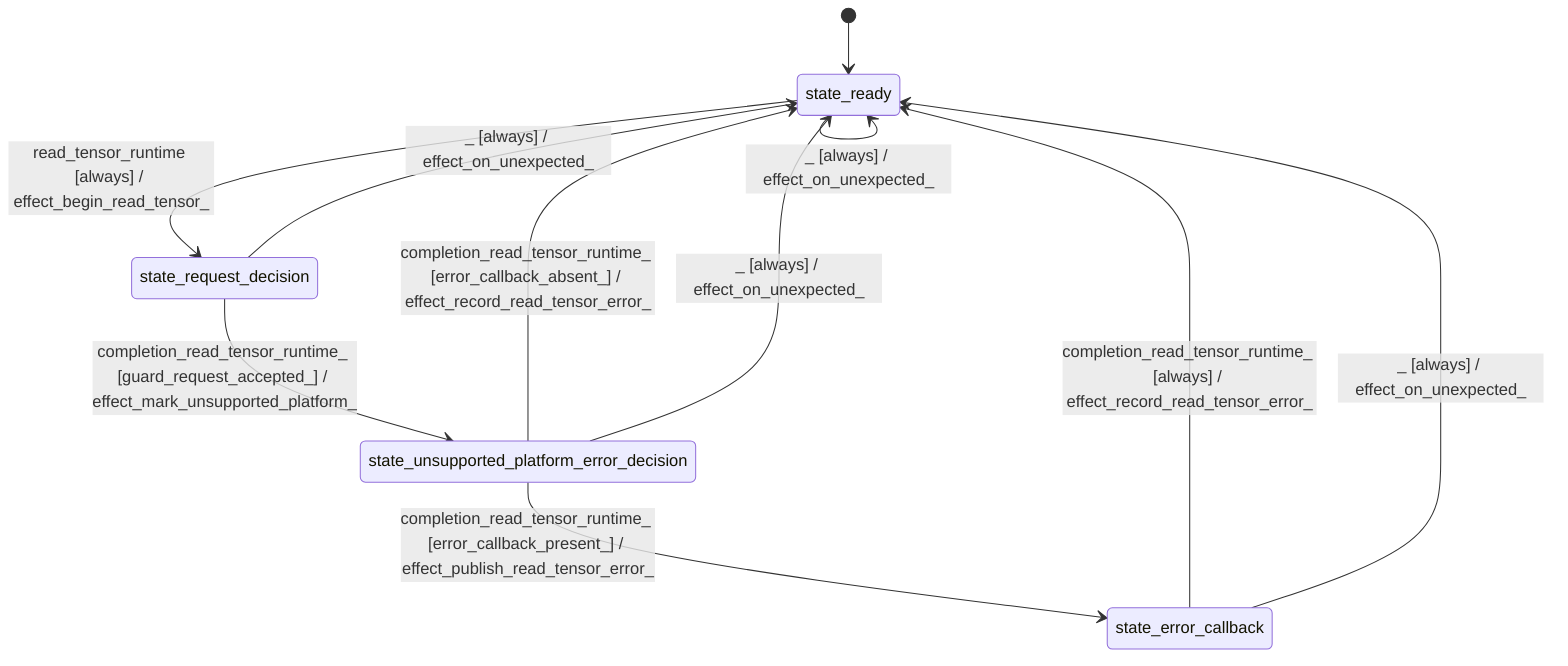
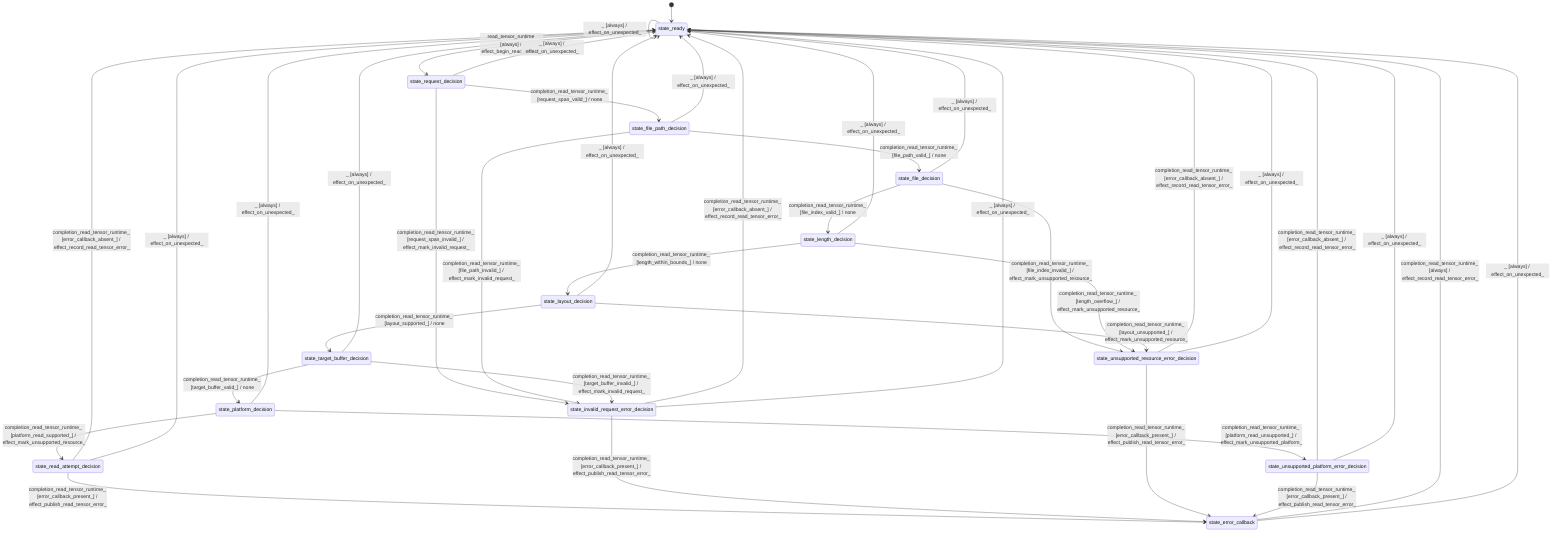
stateDiagram-v2
  direction TB
  [*] --> state_ready
  state_ready --> state_request_decision : read_tensor_runtime [always] / effect_begin_read_tensor_
-   state_request_decision --> state_unsupported_platform_error_decision : completion_read_tensor_runtime_ [guard_request_accepted_] / effect_mark_unsupported_platform_
+   state_request_decision --> state_file_path_decision : completion_read_tensor_runtime_ [request_span_valid_] / none
+   state_request_decision --> state_invalid_request_error_decision : completion_read_tensor_runtime_ [request_span_invalid_] / effect_mark_invalid_request_
+   state_file_path_decision --> state_file_decision : completion_read_tensor_runtime_ [file_path_valid_] / none
+   state_file_path_decision --> state_invalid_request_error_decision : completion_read_tensor_runtime_ [file_path_invalid_] / effect_mark_invalid_request_
+   state_file_decision --> state_length_decision : completion_read_tensor_runtime_ [file_index_valid_] / none
+   state_file_decision --> state_unsupported_resource_error_decision : completion_read_tensor_runtime_ [file_index_invalid_] / effect_mark_unsupported_resource_
+   state_length_decision --> state_layout_decision : completion_read_tensor_runtime_ [length_within_bounds_] / none
+   state_length_decision --> state_unsupported_resource_error_decision : completion_read_tensor_runtime_ [length_overflow_] / effect_mark_unsupported_resource_
+   state_layout_decision --> state_target_buffer_decision : completion_read_tensor_runtime_ [layout_supported_] / none
+   state_layout_decision --> state_unsupported_resource_error_decision : completion_read_tensor_runtime_ [layout_unsupported_] / effect_mark_unsupported_resource_
+   state_target_buffer_decision --> state_platform_decision : completion_read_tensor_runtime_ [target_buffer_valid_] / none
+   state_target_buffer_decision --> state_invalid_request_error_decision : completion_read_tensor_runtime_ [target_buffer_invalid_] / effect_mark_invalid_request_
+   state_platform_decision --> state_read_attempt_decision : completion_read_tensor_runtime_ [platform_read_supported_] / effect_mark_unsupported_resource_
+   state_platform_decision --> state_unsupported_platform_error_decision : completion_read_tensor_runtime_ [platform_read_unsupported_] / effect_mark_unsupported_platform_
+   state_read_attempt_decision --> state_error_callback : completion_read_tensor_runtime_ [error_callback_present_] / effect_publish_read_tensor_error_
+   state_read_attempt_decision --> state_ready : completion_read_tensor_runtime_ [error_callback_absent_] / effect_record_read_tensor_error_
+   state_invalid_request_error_decision --> state_error_callback : completion_read_tensor_runtime_ [error_callback_present_] / effect_publish_read_tensor_error_
+   state_invalid_request_error_decision --> state_ready : completion_read_tensor_runtime_ [error_callback_absent_] / effect_record_read_tensor_error_
+   state_unsupported_resource_error_decision --> state_error_callback : completion_read_tensor_runtime_ [error_callback_present_] / effect_publish_read_tensor_error_
+   state_unsupported_resource_error_decision --> state_ready : completion_read_tensor_runtime_ [error_callback_absent_] / effect_record_read_tensor_error_
  state_unsupported_platform_error_decision --> state_error_callback : completion_read_tensor_runtime_ [error_callback_present_] / effect_publish_read_tensor_error_
  state_unsupported_platform_error_decision --> state_ready : completion_read_tensor_runtime_ [error_callback_absent_] / effect_record_read_tensor_error_
  state_error_callback --> state_ready : completion_read_tensor_runtime_ [always] / effect_record_read_tensor_error_
  state_ready --> state_ready : _ [always] / effect_on_unexpected_
  state_request_decision --> state_ready : _ [always] / effect_on_unexpected_
+   state_file_path_decision --> state_ready : _ [always] / effect_on_unexpected_
+   state_file_decision --> state_ready : _ [always] / effect_on_unexpected_
+   state_length_decision --> state_ready : _ [always] / effect_on_unexpected_
+   state_layout_decision --> state_ready : _ [always] / effect_on_unexpected_
+   state_target_buffer_decision --> state_ready : _ [always] / effect_on_unexpected_
+   state_platform_decision --> state_ready : _ [always] / effect_on_unexpected_
+   state_read_attempt_decision --> state_ready : _ [always] / effect_on_unexpected_
+   state_invalid_request_error_decision --> state_ready : _ [always] / effect_on_unexpected_
+   state_unsupported_resource_error_decision --> state_ready : _ [always] / effect_on_unexpected_
  state_unsupported_platform_error_decision --> state_ready : _ [always] / effect_on_unexpected_
  state_error_callback --> state_ready : _ [always] / effect_on_unexpected_
